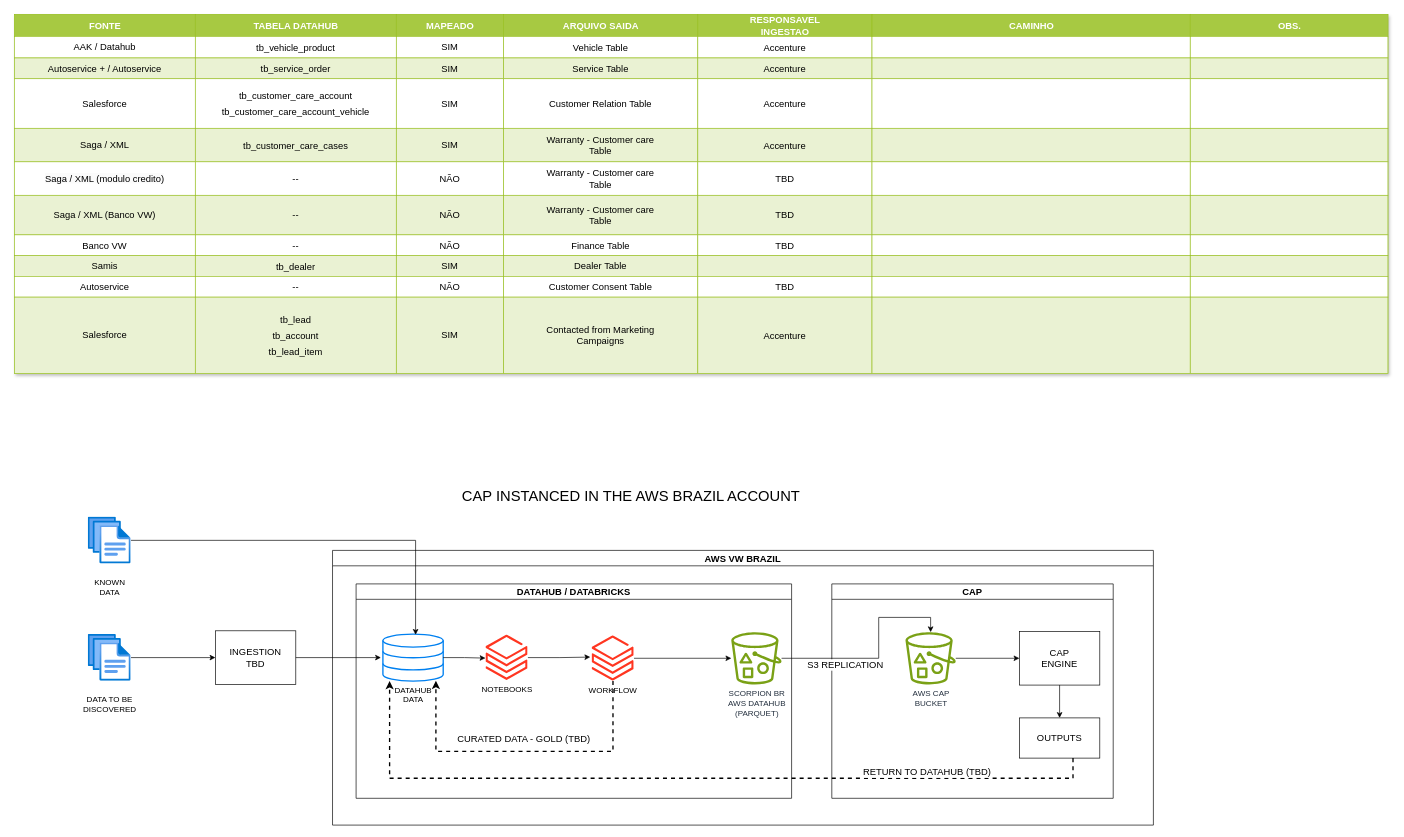
Above: page "Leonardo" (3 of 5) of scorpion.drawio in leo-odilon/draw.io (draw.io), before the change. Source tidied: cells renumbered, new cells numbered last; positions are measured from the earlier drawing's top-left corner, leaving out a move shared by most shapes. Both pictures are drawn from the tidied source at 67%, with x=0, y=0 at pixel (14, 14).
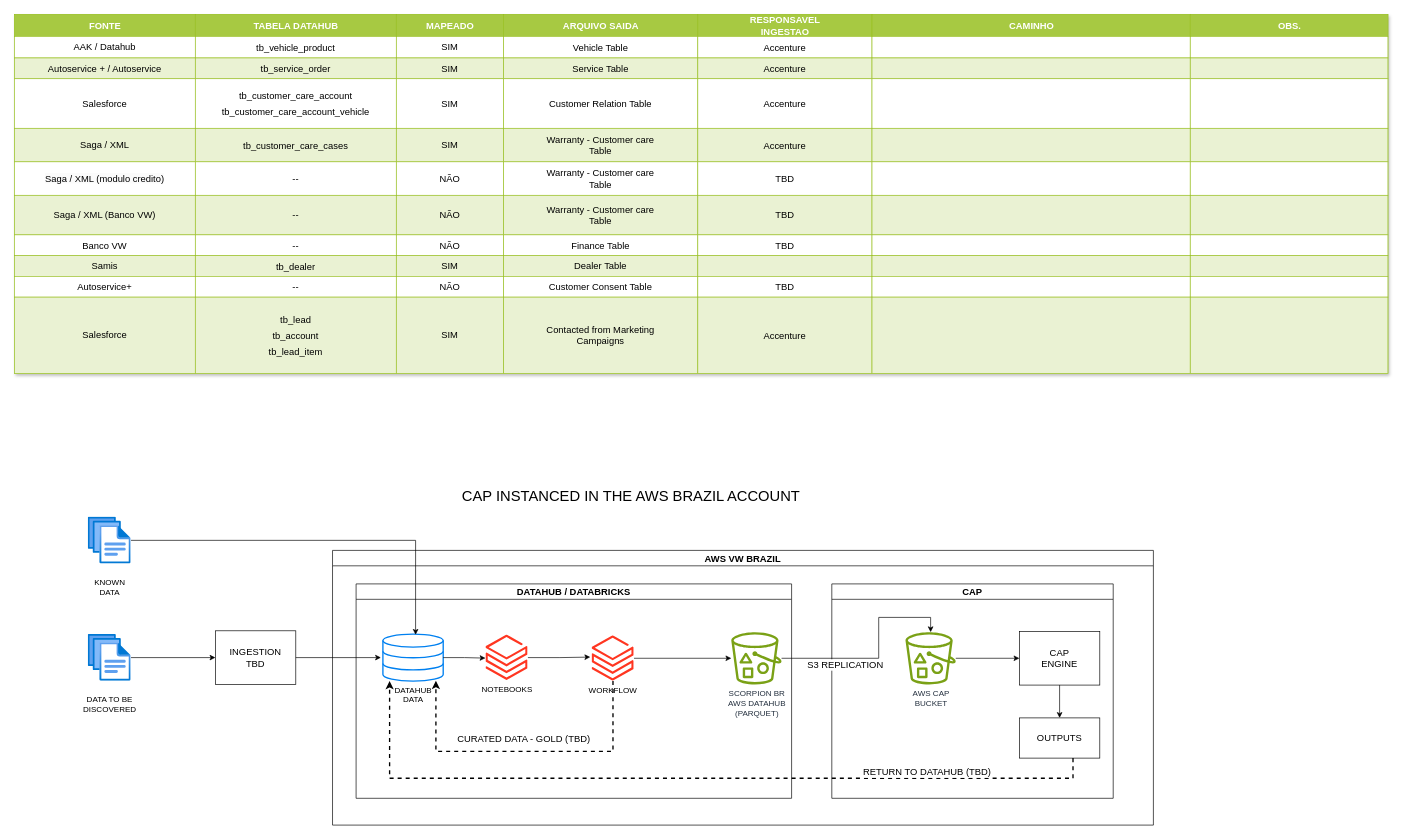
Above is the later version.

The change refers to these unchanged cells:
```xml
<mxCell id="75" style="shape=tableRow;horizontal=0;startSize=0;swimlaneHead=0;swimlaneBody=0;top=0;left=0;bottom=0;right=0;fontStyle=1;strokeColor=inherit;fillColor=#FFFFFF;" parent="2" vertex="1">
  <mxGeometry y="391" width="2050" height="31" as="geometry" />
</mxCell>
```

The edit, as a diff of the source:
```diff
@@
-    <mxCell id="76" value="Autoservice" style="strokeColor=inherit;fillColor=inherit;whiteSpace=wrap;html=1;fontFamily=Helvetica;fontSize=14;" parent="75" vertex="1">
+    <mxCell id="76" value="Autoservice+" style="strokeColor=inherit;fillColor=inherit;whiteSpace=wrap;html=1;fontFamily=Helvetica;fontSize=14;" parent="75" vertex="1">
       <mxGeometry width="270" height="31" as="geometry" />
     </mxCell>
```
